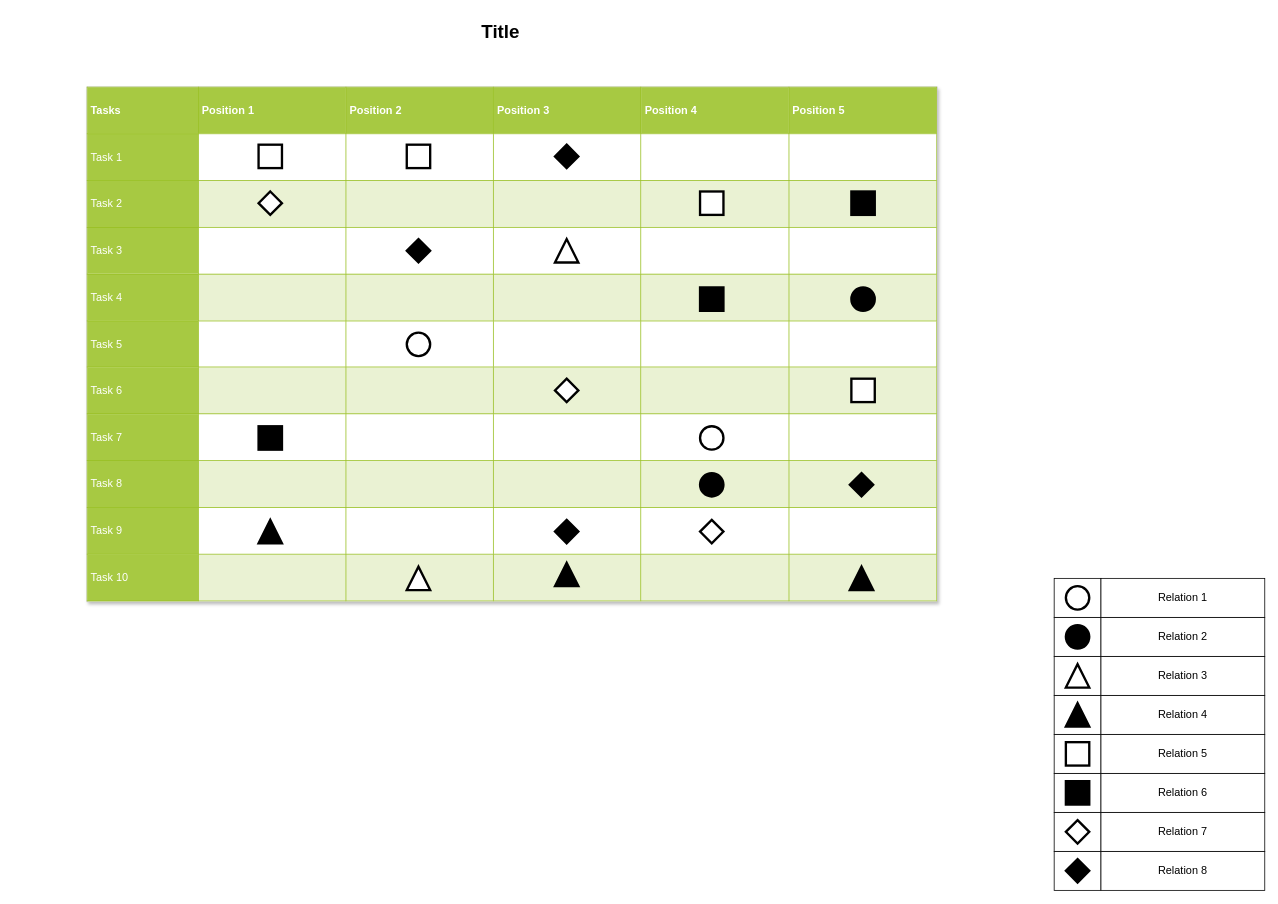
codefans/diagrams keeps this draw.io diagram as table/Untitled Diagram.drawio. Above is the earlier version. Source tidied: cells renumbered, new cells numbered last; positions are measured from the earlier drawing's top-left corner, leaving out a move shared by most shapes. Both pictures are drawn from the tidied source at 78%, with x=0, y=0 at pixel (87, 16).
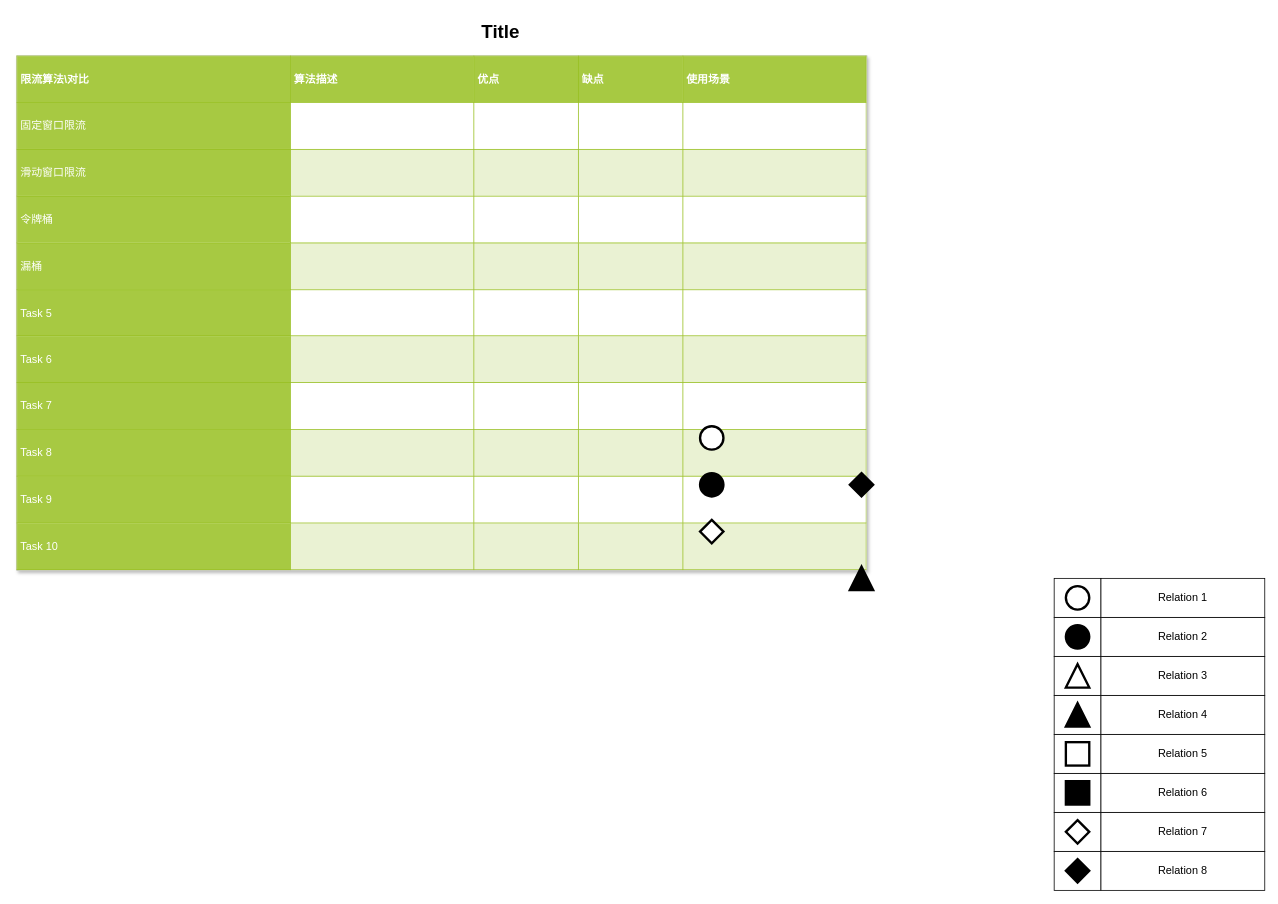
After the change.

Commit message:
限流算法对比

Diff of the diagram source:
```diff
@@
-    <mxCell id="19" value="&lt;table border=&quot;1&quot; width=&quot;100%&quot; cellpadding=&quot;4&quot; style=&quot;width: 100% ; height: 100% ; border-collapse: collapse&quot;&gt;&lt;tbody&gt;&lt;tr style=&quot;background-color: #a7c942 ; color: #ffffff ; border: 1px solid #98bf21&quot;&gt;&lt;th&gt;Tasks&lt;/th&gt;&lt;th&gt;Position 1&lt;/th&gt;&lt;th&gt;Position 2&lt;/th&gt;&lt;th&gt;Position 3&lt;/th&gt;&lt;th&gt;Position 4&lt;/th&gt;&lt;th&gt;Position 5&lt;/th&gt;&lt;/tr&gt;&lt;tr style=&quot;border: 1px solid #98bf21&quot;&gt;&lt;td style=&quot;background-color: #a7c942 ; color: #ffffff ; border: 1px solid #98bf21&quot;&gt;Task 1&lt;/td&gt;&lt;td&gt;&lt;/td&gt;&lt;td&gt;&lt;/td&gt;&lt;td&gt;&lt;br&gt;&lt;/td&gt;&lt;td&gt;&lt;br&gt;&lt;/td&gt;&lt;td&gt;&lt;br&gt;&lt;/td&gt;&lt;/tr&gt;&lt;tr style=&quot;background-color: #eaf2d3 ; border: 1px solid #98bf21&quot;&gt;&lt;td style=&quot;background-color: #a7c942 ; color: #ffffff ; border: 1px solid #98bf21&quot;&gt;Task 2&lt;/td&gt;&lt;td&gt;&lt;/td&gt;&lt;td&gt;&lt;/td&gt;&lt;td&gt;&lt;br&gt;&lt;/td&gt;&lt;td&gt;&lt;br&gt;&lt;/td&gt;&lt;td&gt;&lt;br&gt;&lt;/td&gt;&lt;/tr&gt;&lt;tr style=&quot;border: 1px solid #98bf21&quot;&gt;&lt;td style=&quot;background-color: #a7c942 ; color: #ffffff ; border: 1px solid #98bf21&quot;&gt;Task 3&lt;/td&gt;&lt;td&gt;&lt;/td&gt;&lt;td&gt;&lt;/td&gt;&lt;td&gt;&lt;br&gt;&lt;/td&gt;&lt;td&gt;&lt;br&gt;&lt;/td&gt;&lt;td&gt;&lt;br&gt;&lt;/td&gt;&lt;/tr&gt;&lt;tr style=&quot;background-color: #eaf2d3 ; border: 1px solid #98bf21&quot;&gt;&lt;td style=&quot;background-color: #a7c942 ; color: #ffffff ; border: 1px solid #98bf21&quot;&gt;Task 4&lt;/td&gt;&lt;td&gt;&lt;/td&gt;&lt;td&gt;&lt;/td&gt;&lt;td&gt;&lt;br&gt;&lt;/td&gt;&lt;td&gt;&lt;br&gt;&lt;/td&gt;&lt;td&gt;&lt;br&gt;&lt;/td&gt;&lt;/tr&gt;&lt;tr style=&quot;border: 1px solid #98bf21&quot;&gt;&lt;td style=&quot;background-color: #a7c942 ; color: #ffffff ; border: 1px solid #98bf21&quot;&gt;Task 5&lt;br&gt;&lt;/td&gt;&lt;td&gt;&lt;br&gt;&lt;/td&gt;&lt;td&gt;&lt;br&gt;&lt;/td&gt;&lt;td&gt;&lt;br&gt;&lt;/td&gt;&lt;td&gt;&lt;br&gt;&lt;/td&gt;&lt;td&gt;&lt;br&gt;&lt;/td&gt;&lt;/tr&gt;&lt;tr style=&quot;background-color: #eaf2d3 ; border: 1px solid #98bf21&quot;&gt;&lt;td style=&quot;background-color: #a7c942 ; color: #ffffff ; border: 1px solid #98bf21&quot;&gt;Task 6&lt;br&gt;&lt;/td&gt;&lt;td&gt;&lt;br&gt;&lt;/td&gt;&lt;td&gt;&lt;br&gt;&lt;/td&gt;&lt;td&gt;&lt;br&gt;&lt;/td&gt;&lt;td&gt;&lt;br&gt;&lt;/td&gt;&lt;td&gt;&lt;br&gt;&lt;/td&gt;&lt;/tr&gt;&lt;tr style=&quot;border: 1px solid #98bf21&quot;&gt;&lt;td style=&quot;background-color: #a7c942 ; color: #ffffff ; border: 1px solid #98bf21&quot;&gt;Task 7&lt;br&gt;&lt;/td&gt;&lt;td&gt;&lt;br&gt;&lt;/td&gt;&lt;td&gt;&lt;br&gt;&lt;/td&gt;&lt;td&gt;&lt;br&gt;&lt;/td&gt;&lt;td&gt;&lt;br&gt;&lt;/td&gt;&lt;td&gt;&lt;br&gt;&lt;/td&gt;&lt;/tr&gt;&lt;tr style=&quot;background-color: #eaf2d3 ; border: 1px solid #98bf21&quot;&gt;&lt;td style=&quot;background-color: #a7c942 ; color: #ffffff ; border: 1px solid #98bf21&quot;&gt;Task 8&lt;br&gt;&lt;/td&gt;&lt;td&gt;&lt;br&gt;&lt;/td&gt;&lt;td&gt;&lt;br&gt;&lt;/td&gt;&lt;td&gt;&lt;br&gt;&lt;/td&gt;&lt;td&gt;&lt;br&gt;&lt;/td&gt;&lt;td&gt;&lt;br&gt;&lt;/td&gt;&lt;/tr&gt;&lt;tr style=&quot;border: 1px solid #98bf21&quot;&gt;&lt;td style=&quot;background-color: #a7c942 ; color: #ffffff ; border: 1px solid #98bf21&quot;&gt;Task 9&lt;br&gt;&lt;/td&gt;&lt;td&gt;&lt;br&gt;&lt;/td&gt;&lt;td&gt;&lt;br&gt;&lt;/td&gt;&lt;td&gt;&lt;br&gt;&lt;/td&gt;&lt;td&gt;&lt;br&gt;&lt;/td&gt;&lt;td&gt;&lt;br&gt;&lt;/td&gt;&lt;/tr&gt;&lt;tr style=&quot;background-color: #eaf2d3 ; border: 1px solid #98bf21&quot;&gt;&lt;td style=&quot;background-color: #a7c942 ; color: #ffffff ; border: 1px solid #98bf21&quot;&gt;Task 10&lt;br&gt;&lt;/td&gt;&lt;td&gt;&lt;br&gt;&lt;/td&gt;&lt;td&gt;&lt;br&gt;&lt;/td&gt;&lt;td&gt;&lt;br&gt;&lt;/td&gt;&lt;td&gt;&lt;br&gt;&lt;/td&gt;&lt;td&gt;&lt;br&gt;&lt;/td&gt;&lt;/tr&gt;&lt;/tbody&gt;&lt;/table&gt;" style="text;html=1;strokeColor=#c0c0c0;fillColor=#ffffff;overflow=fill;rounded=0;shadow=1;fontSize=14;fontColor=#000000;" parent="1" vertex="1">
-      <mxGeometry y="90" width="1090" height="660" as="geometry" />
+    <mxCell id="19" value="&lt;table border=&quot;1&quot; width=&quot;100%&quot; cellpadding=&quot;4&quot; style=&quot;width: 100% ; height: 100% ; border-collapse: collapse&quot;&gt;&lt;tbody&gt;&lt;tr style=&quot;background-color: #a7c942 ; color: #ffffff ; border: 1px solid #98bf21&quot;&gt;&lt;th&gt;限流算法\对比&lt;/th&gt;&lt;th&gt;算法描述&lt;/th&gt;&lt;th&gt;优点&lt;/th&gt;&lt;th&gt;缺点&lt;/th&gt;&lt;th&gt;使用场景&lt;/th&gt;&lt;/tr&gt;&lt;tr style=&quot;border: 1px solid #98bf21&quot;&gt;&lt;td style=&quot;background-color: #a7c942 ; color: #ffffff ; border: 1px solid #98bf21&quot;&gt;固定窗口限流&lt;/td&gt;&lt;td&gt;&lt;/td&gt;&lt;td&gt;&lt;/td&gt;&lt;td&gt;&lt;br&gt;&lt;/td&gt;&lt;td&gt;&lt;br&gt;&lt;/td&gt;&lt;/tr&gt;&lt;tr style=&quot;background-color: #eaf2d3 ; border: 1px solid #98bf21&quot;&gt;&lt;td style=&quot;background-color: #a7c942 ; color: #ffffff ; border: 1px solid #98bf21&quot;&gt;滑动窗口限流&lt;/td&gt;&lt;td&gt;&lt;/td&gt;&lt;td&gt;&lt;/td&gt;&lt;td&gt;&lt;br&gt;&lt;/td&gt;&lt;td&gt;&lt;br&gt;&lt;/td&gt;&lt;/tr&gt;&lt;tr style=&quot;border: 1px solid #98bf21&quot;&gt;&lt;td style=&quot;background-color: #a7c942 ; color: #ffffff ; border: 1px solid #98bf21&quot;&gt;令牌桶&lt;/td&gt;&lt;td&gt;&lt;/td&gt;&lt;td&gt;&lt;/td&gt;&lt;td&gt;&lt;br&gt;&lt;/td&gt;&lt;td&gt;&lt;br&gt;&lt;/td&gt;&lt;/tr&gt;&lt;tr style=&quot;background-color: #eaf2d3 ; border: 1px solid #98bf21&quot;&gt;&lt;td style=&quot;background-color: #a7c942 ; color: #ffffff ; border: 1px solid #98bf21&quot;&gt;漏桶&lt;/td&gt;&lt;td&gt;&lt;/td&gt;&lt;td&gt;&lt;/td&gt;&lt;td&gt;&lt;br&gt;&lt;/td&gt;&lt;td&gt;&lt;br&gt;&lt;/td&gt;&lt;/tr&gt;&lt;tr style=&quot;border: 1px solid #98bf21&quot;&gt;&lt;td style=&quot;background-color: #a7c942 ; color: #ffffff ; border: 1px solid #98bf21&quot;&gt;Task 5&lt;br&gt;&lt;/td&gt;&lt;td&gt;&lt;br&gt;&lt;/td&gt;&lt;td&gt;&lt;br&gt;&lt;/td&gt;&lt;td&gt;&lt;br&gt;&lt;/td&gt;&lt;td&gt;&lt;br&gt;&lt;/td&gt;&lt;/tr&gt;&lt;tr style=&quot;background-color: #eaf2d3 ; border: 1px solid #98bf21&quot;&gt;&lt;td style=&quot;background-color: #a7c942 ; color: #ffffff ; border: 1px solid #98bf21&quot;&gt;Task 6&lt;br&gt;&lt;/td&gt;&lt;td&gt;&lt;br&gt;&lt;/td&gt;&lt;td&gt;&lt;br&gt;&lt;/td&gt;&lt;td&gt;&lt;br&gt;&lt;/td&gt;&lt;td&gt;&lt;br&gt;&lt;/td&gt;&lt;/tr&gt;&lt;tr style=&quot;border: 1px solid #98bf21&quot;&gt;&lt;td style=&quot;background-color: #a7c942 ; color: #ffffff ; border: 1px solid #98bf21&quot;&gt;Task 7&lt;br&gt;&lt;/td&gt;&lt;td&gt;&lt;br&gt;&lt;/td&gt;&lt;td&gt;&lt;br&gt;&lt;/td&gt;&lt;td&gt;&lt;br&gt;&lt;/td&gt;&lt;td&gt;&lt;br&gt;&lt;/td&gt;&lt;/tr&gt;&lt;tr style=&quot;background-color: #eaf2d3 ; border: 1px solid #98bf21&quot;&gt;&lt;td style=&quot;background-color: #a7c942 ; color: #ffffff ; border: 1px solid #98bf21&quot;&gt;Task 8&lt;br&gt;&lt;/td&gt;&lt;td&gt;&lt;br&gt;&lt;/td&gt;&lt;td&gt;&lt;br&gt;&lt;/td&gt;&lt;td&gt;&lt;br&gt;&lt;/td&gt;&lt;td&gt;&lt;br&gt;&lt;/td&gt;&lt;/tr&gt;&lt;tr style=&quot;border: 1px solid #98bf21&quot;&gt;&lt;td style=&quot;background-color: #a7c942 ; color: #ffffff ; border: 1px solid #98bf21&quot;&gt;Task 9&lt;br&gt;&lt;/td&gt;&lt;td&gt;&lt;br&gt;&lt;/td&gt;&lt;td&gt;&lt;br&gt;&lt;/td&gt;&lt;td&gt;&lt;br&gt;&lt;/td&gt;&lt;td&gt;&lt;br&gt;&lt;/td&gt;&lt;/tr&gt;&lt;tr style=&quot;background-color: #eaf2d3 ; border: 1px solid #98bf21&quot;&gt;&lt;td style=&quot;background-color: #a7c942 ; color: #ffffff ; border: 1px solid #98bf21&quot;&gt;Task 10&lt;br&gt;&lt;/td&gt;&lt;td&gt;&lt;br&gt;&lt;/td&gt;&lt;td&gt;&lt;br&gt;&lt;/td&gt;&lt;td&gt;&lt;br&gt;&lt;/td&gt;&lt;td&gt;&lt;br&gt;&lt;/td&gt;&lt;/tr&gt;&lt;/tbody&gt;&lt;/table&gt;" style="text;html=1;strokeColor=#c0c0c0;fillColor=#ffffff;overflow=fill;rounded=0;shadow=1;fontSize=14;fontColor=#000000;" parent="1" vertex="1">
+      <mxGeometry x="-90" y="50" width="1090" height="660" as="geometry" />
     </mxCell>
@@
-    <mxCell id="29" style="ellipse;whiteSpace=wrap;html=1;rounded=0;shadow=0;strokeWidth=3;fontSize=14;" parent="1" vertex="1">
-      <mxGeometry x="410" y="405" width="30" height="30" as="geometry" />
-    </mxCell>
-    <mxCell id="30" style="ellipse;whiteSpace=wrap;html=1;rounded=0;shadow=0;strokeWidth=3;fontSize=14;fillColor=#000000;" parent="1" vertex="1">
-      <mxGeometry x="980" y="347" width="30" height="30" as="geometry" />
-    </mxCell>
@@
-    <mxCell id="32" style="triangle;whiteSpace=wrap;html=1;rounded=0;shadow=0;strokeWidth=3;fontSize=14;direction=north;" parent="1" vertex="1">
-      <mxGeometry x="410" y="705" width="30" height="30" as="geometry" />
-    </mxCell>
-    <mxCell id="33" style="triangle;whiteSpace=wrap;html=1;rounded=0;shadow=0;strokeWidth=3;fontSize=14;direction=north;" parent="1" vertex="1">
-      <mxGeometry x="600" y="285" width="30" height="30" as="geometry" />
-    </mxCell>
@@
-    <mxCell id="35" style="triangle;whiteSpace=wrap;html=1;rounded=0;shadow=0;strokeWidth=3;fillColor=#000000;fontSize=14;direction=north;" parent="1" vertex="1">
-      <mxGeometry x="600" y="700" width="30" height="30" as="geometry" />
-    </mxCell>
-    <mxCell id="36" style="triangle;whiteSpace=wrap;html=1;rounded=0;shadow=0;strokeWidth=3;fillColor=#000000;fontSize=14;direction=north;" parent="1" vertex="1">
-      <mxGeometry x="220" y="645" width="30" height="30" as="geometry" />
-    </mxCell>
-    <mxCell id="37" style="whiteSpace=wrap;html=1;rounded=0;shadow=0;strokeWidth=3;fontSize=14;" parent="1" vertex="1">
-      <mxGeometry x="220" y="164" width="30" height="30" as="geometry" />
-    </mxCell>
-    <mxCell id="38" style="whiteSpace=wrap;html=1;rounded=0;shadow=0;strokeWidth=3;fontSize=14;" parent="1" vertex="1">
-      <mxGeometry x="410" y="164" width="30" height="30" as="geometry" />
-    </mxCell>
-    <mxCell id="39" style="whiteSpace=wrap;html=1;rounded=0;shadow=0;strokeWidth=3;fontSize=14;" parent="1" vertex="1">
-      <mxGeometry x="786" y="224" width="30" height="30" as="geometry" />
-    </mxCell>
-    <mxCell id="40" style="whiteSpace=wrap;html=1;rounded=0;shadow=0;strokeWidth=3;fillColor=#ffffff;fontSize=14;" parent="1" vertex="1">
-      <mxGeometry x="980" y="464" width="30" height="30" as="geometry" />
-    </mxCell>
-    <mxCell id="41" style="whiteSpace=wrap;html=1;rounded=0;shadow=0;strokeWidth=3;fillColor=#000000;fontSize=14;" parent="1" vertex="1">
-      <mxGeometry x="220" y="525" width="30" height="30" as="geometry" />
-    </mxCell>
-    <mxCell id="42" style="whiteSpace=wrap;html=1;rounded=0;shadow=0;strokeWidth=3;fillColor=#000000;fontSize=14;" parent="1" vertex="1">
-      <mxGeometry x="786" y="347" width="30" height="30" as="geometry" />
-    </mxCell>
-    <mxCell id="43" style="whiteSpace=wrap;html=1;rounded=0;shadow=0;strokeWidth=3;fillColor=#000000;fontSize=14;" parent="1" vertex="1">
-      <mxGeometry x="980" y="224" width="30" height="30" as="geometry" />
-    </mxCell>
-    <mxCell id="44" style="rhombus;whiteSpace=wrap;html=1;rounded=0;shadow=0;strokeWidth=3;fontSize=14;" parent="1" vertex="1">
-      <mxGeometry x="600" y="464" width="30" height="30" as="geometry" />
-    </mxCell>
-    <mxCell id="45" style="rhombus;whiteSpace=wrap;html=1;rounded=0;shadow=0;strokeWidth=3;fontSize=14;" parent="1" vertex="1">
-      <mxGeometry x="220" y="224" width="30" height="30" as="geometry" />
-    </mxCell>
@@
-    <mxCell id="48" style="rhombus;whiteSpace=wrap;html=1;rounded=0;shadow=0;strokeWidth=3;fillColor=#000000;fontSize=14;" parent="1" vertex="1">
-      <mxGeometry x="410" y="285" width="30" height="30" as="geometry" />
-    </mxCell>
-    <mxCell id="49" style="rhombus;whiteSpace=wrap;html=1;rounded=0;shadow=0;strokeWidth=3;fillColor=#000000;fontSize=14;" parent="1" vertex="1">
-      <mxGeometry x="600" y="164" width="30" height="30" as="geometry" />
-    </mxCell>
-    <mxCell id="50" style="rhombus;whiteSpace=wrap;html=1;rounded=0;shadow=0;strokeWidth=3;fillColor=#000000;fontSize=14;" parent="1" vertex="1">
-      <mxGeometry x="600" y="645" width="30" height="30" as="geometry" />
-    </mxCell>
```
